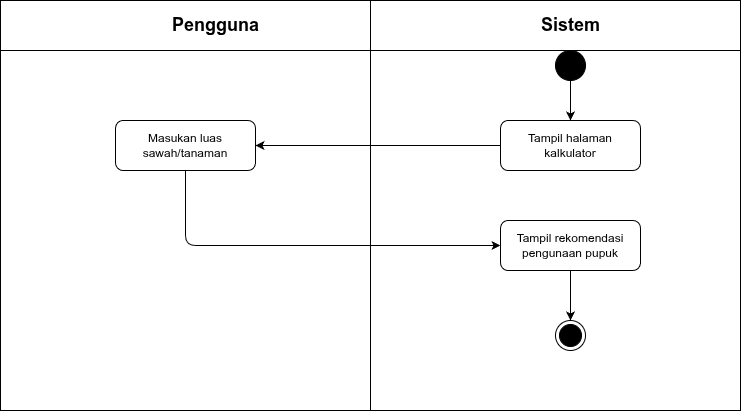
RajaSunrise/kangkungku keeps this draw.io diagram as diagram/activity/pengguna/kalkulator-pupuk.png. Above is the earlier version. Source tidied: cells renumbered, new cells last; positions are measured from the earlier drawing's top-left corner, leaving out a move shared by most shapes. Source of this version:
```xml
<mxGraphModel>
  <root>
    <mxCell id="0" />
    <mxCell id="1" parent="0" />
    <mxCell id="2" style="shape=internalStorage;whiteSpace=wrap;html=1;backgroundOutline=1;dx=370;dy=50;" parent="1" vertex="1">
      <mxGeometry width="740" height="410" as="geometry" />
    </mxCell>
    <mxCell id="3" value="Pengguna" style="text;html=1;strokeColor=none;fillColor=none;align=center;verticalAlign=middle;rounded=1;fontSize=18;fontStyle=1;" parent="1" vertex="1">
      <mxGeometry x="165" y="10" width="100" height="30" as="geometry" />
    </mxCell>
    <mxCell id="4" value="Sistem" style="text;html=1;strokeColor=none;fillColor=none;align=center;verticalAlign=middle;rounded=1;fontSize=18;fontStyle=1;" parent="1" vertex="1">
      <mxGeometry x="535" y="10" width="70" height="30" as="geometry" />
    </mxCell>
    <mxCell id="5" style="ellipse;whiteSpace=wrap;html=1;fillColor=#000000;strokeColor=#000000;" parent="1" vertex="1">
      <mxGeometry x="555" y="50" width="30" height="30" as="geometry" />
    </mxCell>
    <mxCell id="6" value="Tampil halaman kalkulator" style="rounded=1;whiteSpace=wrap;html=1;" parent="1" vertex="1">
      <mxGeometry x="500" y="120" width="140" height="50" as="geometry" />
    </mxCell>
    <mxCell id="7" style="endArrow=classic;html=1;exitX=0.5;exitY=1;entryX=0.5;entryY=0;" parent="1" edge="1" source="5" target="6">
      <mxGeometry relative="1" as="geometry" />
    </mxCell>
    <mxCell id="8" value="Masukan luas sawah/tanaman" style="rounded=1;whiteSpace=wrap;html=1;" parent="1" vertex="1">
      <mxGeometry x="115" y="120" width="140" height="50" as="geometry" />
    </mxCell>
    <mxCell id="9" style="endArrow=classic;html=1;exitX=0;exitY=0.5;entryX=1;entryY=0.5;" parent="1" edge="1" source="6" target="8">
      <mxGeometry relative="1" as="geometry" />
    </mxCell>
    <mxCell id="10" value="Tampil rekomendasi pengunaan pupuk" style="rounded=1;whiteSpace=wrap;html=1;" parent="1" vertex="1">
      <mxGeometry x="500" y="220" width="140" height="50" as="geometry" />
    </mxCell>
    <mxCell id="11" style="endArrow=classic;html=1;exitX=0.5;exitY=1;entryX=0;entryY=0.5;" parent="1" edge="1" source="8" target="10">
      <mxGeometry relative="1" as="geometry">
        <Array as="points">
          <mxPoint x="185" y="245" />
        </Array>
      </mxGeometry>
    </mxCell>
    <mxCell id="12" style="ellipse;html=1;shape=endState;fillColor=#000000;strokeColor=#000000;" parent="1" vertex="1">
      <mxGeometry x="555" y="320" width="30" height="30" as="geometry" />
    </mxCell>
    <mxCell id="13" style="endArrow=classic;html=1;exitX=0.5;exitY=1;entryX=0.5;entryY=0;" parent="1" edge="1" source="10" target="12">
      <mxGeometry relative="1" as="geometry" />
    </mxCell>
  </root>
</mxGraphModel>
```
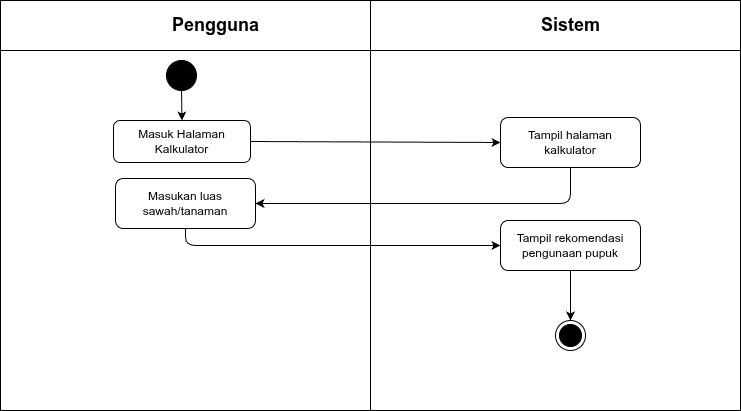
The same diagram one commit later.

What changed in the source:
```diff
@@ -12,20 +12,17 @@
       <mxGeometry x="535" y="10" width="70" height="30" as="geometry" />
     </mxCell>
     <mxCell id="5" style="ellipse;whiteSpace=wrap;html=1;fillColor=#000000;strokeColor=#000000;" parent="1" vertex="1">
-      <mxGeometry x="555" y="50" width="30" height="30" as="geometry" />
+      <mxGeometry x="166" y="60" width="30" height="30" as="geometry" />
     </mxCell>
     <mxCell id="6" value="Tampil halaman kalkulator" style="rounded=1;whiteSpace=wrap;html=1;" parent="1" vertex="1">
-      <mxGeometry x="500" y="120" width="140" height="50" as="geometry" />
+      <mxGeometry x="500" y="117" width="140" height="50" as="geometry" />
     </mxCell>
-    <mxCell id="7" style="endArrow=classic;html=1;exitX=0.5;exitY=1;entryX=0.5;entryY=0;" parent="1" edge="1" source="5" target="6">
+    <mxCell id="7" style="endArrow=classic;html=1;exitX=0.5;exitY=1;entryX=0.5;entryY=0;entryDx=0;entryDy=0;" parent="1" edge="1" source="5" target="14">
       <mxGeometry relative="1" as="geometry" />
     </mxCell>
     <mxCell id="8" value="Masukan luas sawah/tanaman" style="rounded=1;whiteSpace=wrap;html=1;" parent="1" vertex="1">
-      <mxGeometry x="115" y="120" width="140" height="50" as="geometry" />
+      <mxGeometry x="115" y="178" width="140" height="50" as="geometry" />
     </mxCell>
-    <mxCell id="9" style="endArrow=classic;html=1;exitX=0;exitY=0.5;entryX=1;entryY=0.5;" parent="1" edge="1" source="6" target="8">
-      <mxGeometry relative="1" as="geometry" />
-    </mxCell>
     <mxCell id="10" value="Tampil rekomendasi pengunaan pupuk" style="rounded=1;whiteSpace=wrap;html=1;" parent="1" vertex="1">
       <mxGeometry x="500" y="220" width="140" height="50" as="geometry" />
     </mxCell>
@@ -42,5 +39,18 @@
     <mxCell id="13" style="endArrow=classic;html=1;exitX=0.5;exitY=1;entryX=0.5;entryY=0;" parent="1" edge="1" source="10" target="12">
       <mxGeometry relative="1" as="geometry" />
     </mxCell>
+    <mxCell id="14" value="Masuk Halaman Kalkulator" style="rounded=1;whiteSpace=wrap;html=1;" parent="1" vertex="1">
+      <mxGeometry x="113" y="120" width="137" height="42" as="geometry" />
+    </mxCell>
+    <mxCell id="15" style="endArrow=classic;html=1;exitX=1;exitY=0.5;exitDx=0;exitDy=0;entryX=0;entryY=0.5;entryDx=0;entryDy=0;" parent="1" edge="1" source="14" target="6">
+      <mxGeometry relative="1" as="geometry" />
+    </mxCell>
+    <mxCell id="9" style="endArrow=classic;html=1;exitX=0.5;exitY=1;exitDx=0;exitDy=0;entryX=1;entryY=0.5;entryDx=0;entryDy=0;" parent="1" edge="1" source="6" target="8">
+      <mxGeometry relative="1" as="geometry">
+        <Array as="points">
+          <mxPoint x="570" y="203" />
+        </Array>
+      </mxGeometry>
+    </mxCell>
   </root>
 </mxGraphModel>
```
